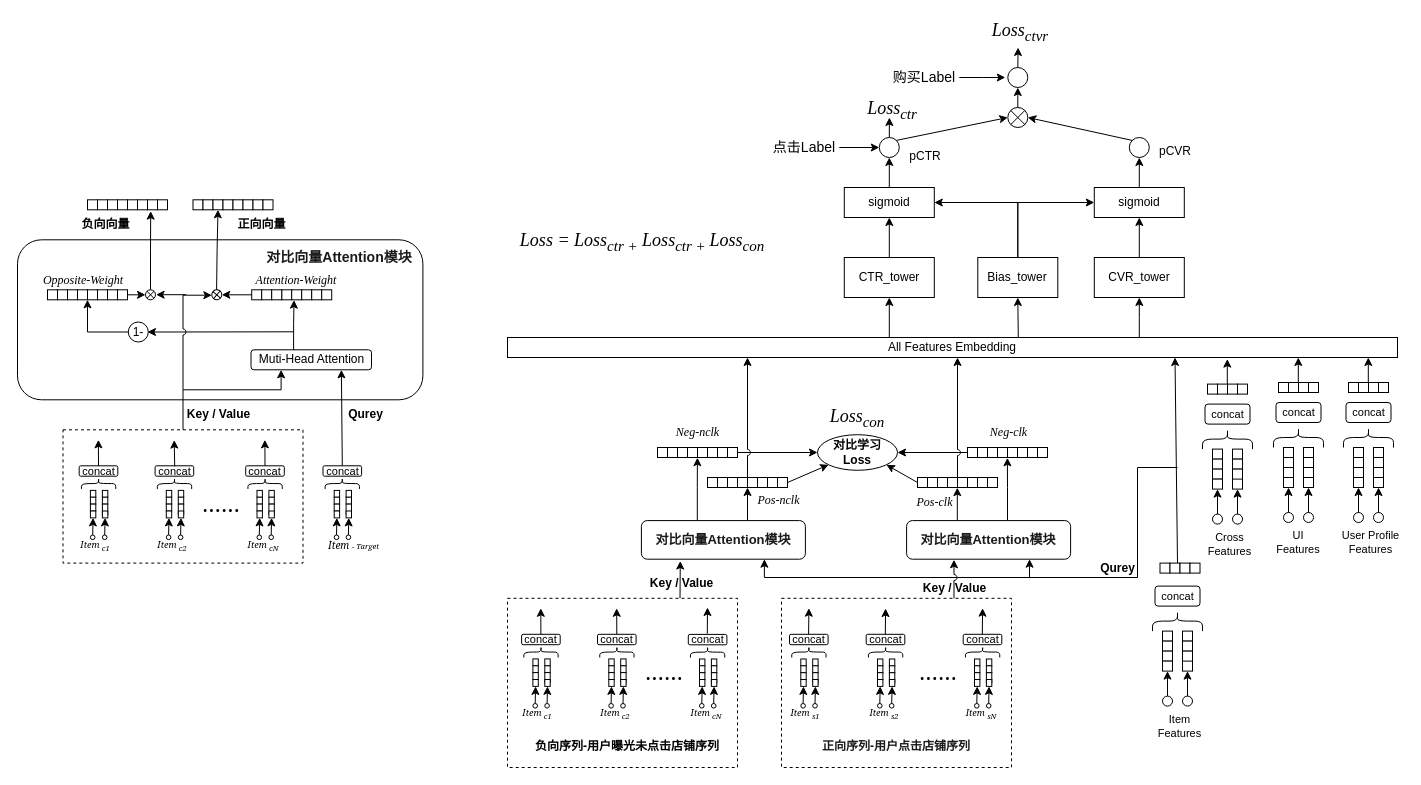
Earlier version of the draw.io diagram 负反馈序列优化-专利图.drawio (cosinalee/HeteroGraph). Source tidied: cells renumbered, new cells numbered last; positions are measured from the earlier drawing's top-left corner, leaving out a move shared by most shapes. Both pictures are drawn from the tidied source at 100%, with x=0, y=0 at pixel (17, 17).
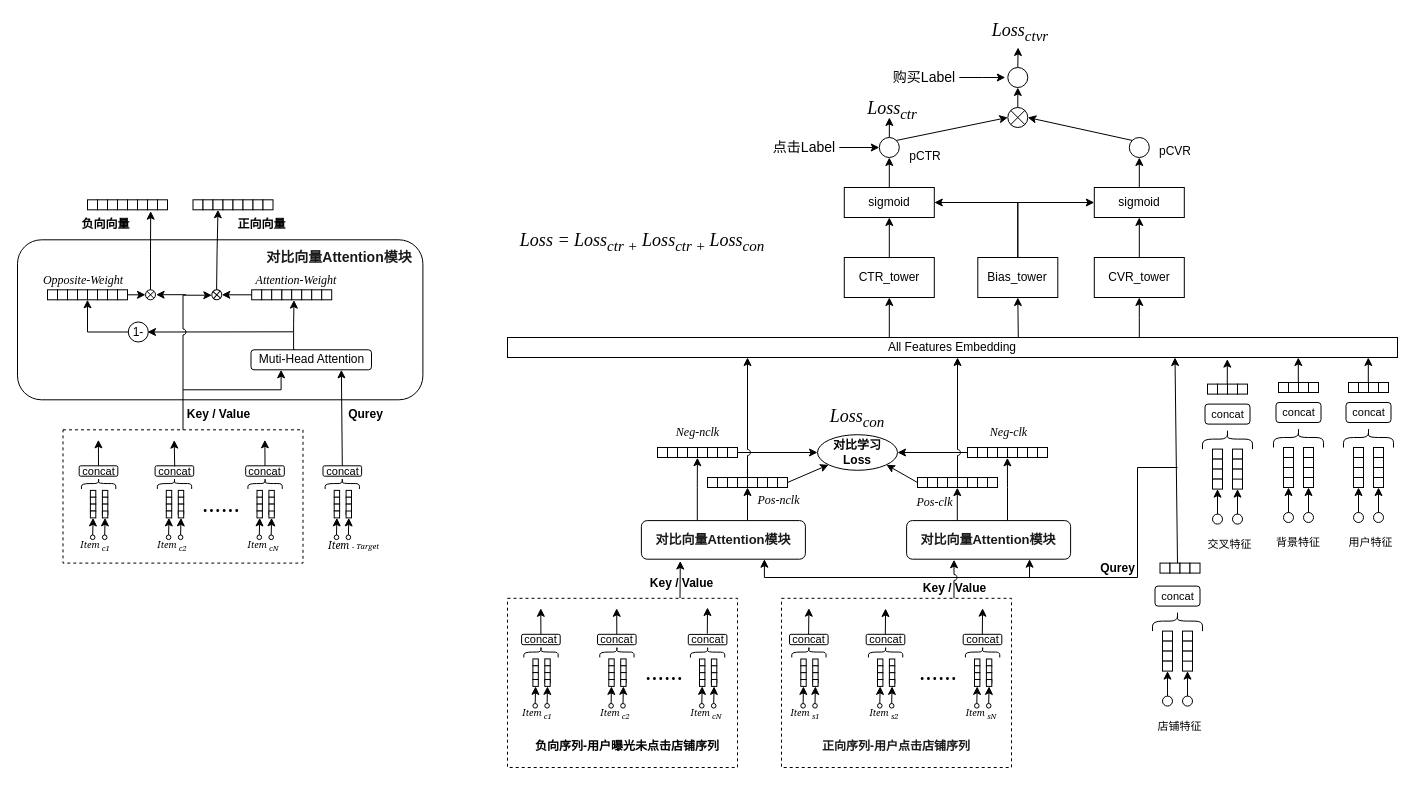
The same diagram, later.

Commit message (it also covers changes not shown here):
更新负反馈序列优化-专利图.drawio

The change refers to these unchanged cells:
```xml
<mxCell id="9" style="group;" parent="1" vertex="1">
  <mxGeometry x="1251" y="340" width="135" height="200" as="geometry" />
</mxCell>
```

Change to the diagram source:
```diff
@@
-    <mxCell id="56" value="UI&lt;br&gt;Features" style="text;html=1;align=center;verticalAlign=middle;whiteSpace=wrap;rounded=0;fontSize=11;" parent="9" vertex="1">
+    <mxCell id="56" value="背景特征" style="text;html=1;align=center;verticalAlign=middle;whiteSpace=wrap;rounded=0;fontSize=11;" parent="9" vertex="1">
       <mxGeometry y="170" width="60" height="30" as="geometry" />
     </mxCell>
-    <mxCell id="57" value="User Profile&lt;br&gt;Features" style="text;html=1;align=center;verticalAlign=middle;whiteSpace=wrap;rounded=0;fontSize=11;" parent="9" vertex="1">
+    <mxCell id="57" value="用户特征" style="text;html=1;align=center;verticalAlign=middle;whiteSpace=wrap;rounded=0;fontSize=11;" parent="9" vertex="1">
       <mxGeometry x="70" y="170" width="65" height="30" as="geometry" />
     </mxCell>
     <mxCell id="58" style="group;" parent="1" vertex="1">
-      <mxGeometry x="1180" y="341.6" width="65" height="200" as="geometry" />
+      <mxGeometry x="1180" y="341.6" width="70" height="200" as="geometry" />
     </mxCell>
@@
-    <mxCell id="82" value="Cross&lt;br&gt;Features" style="text;html=1;align=center;verticalAlign=middle;whiteSpace=wrap;rounded=0;fontSize=11;" parent="58" vertex="1">
-      <mxGeometry y="170" width="65" height="30" as="geometry" />
+    <mxCell id="82" value="交叉特征" style="text;html=1;align=center;verticalAlign=middle;whiteSpace=wrap;rounded=0;fontSize=11;" parent="58" vertex="1">
+      <mxGeometry x="-5" y="170" width="75" height="30" as="geometry" />
     </mxCell>
@@
-    <mxCell id="84" style="group;" parent="1" vertex="1">
+    <mxCell id="84" style="group;rotation=90;" parent="1" vertex="1">
       <mxGeometry x="1124" y="520" width="80" height="120" as="geometry" />
     </mxCell>
@@
-    <mxCell id="201" value="Item&lt;br&gt;Features" style="text;html=1;align=center;verticalAlign=middle;whiteSpace=wrap;rounded=0;fontSize=11;" parent="1" vertex="1">
+    <mxCell id="201" value="店铺特征" style="text;html=1;align=center;verticalAlign=middle;whiteSpace=wrap;rounded=0;fontSize=11;" parent="1" vertex="1">
       <mxGeometry x="1130" y="693.6" width="65" height="30" as="geometry" />
     </mxCell>
```
